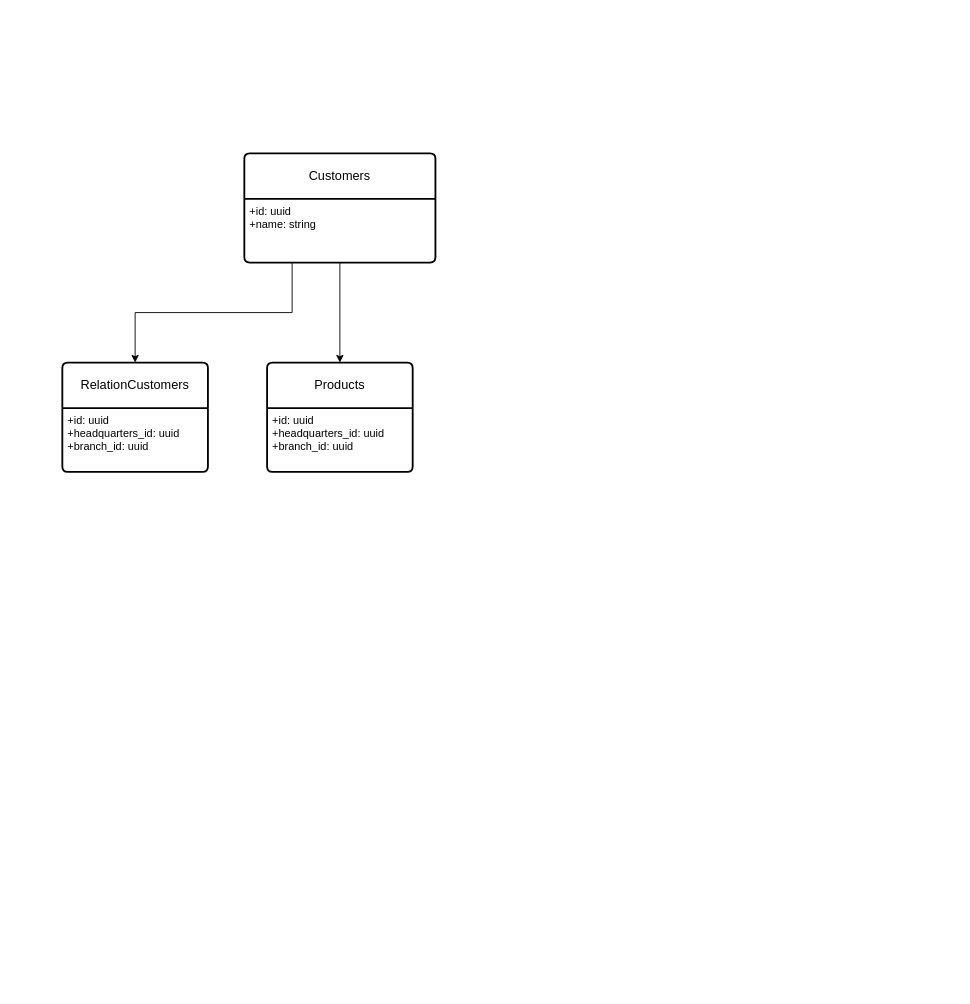
Above: Untitled Diagram.drawio in 64bits-Camargo/logica-da-programacao (draw.io), before the change. Source tidied: cells renumbered, new cells numbered last; positions are measured from the earlier drawing's top-left corner, leaving out a move shared by most shapes. Both pictures are drawn from the tidied source at 91%, with x=0, y=0 at pixel (62, 153).
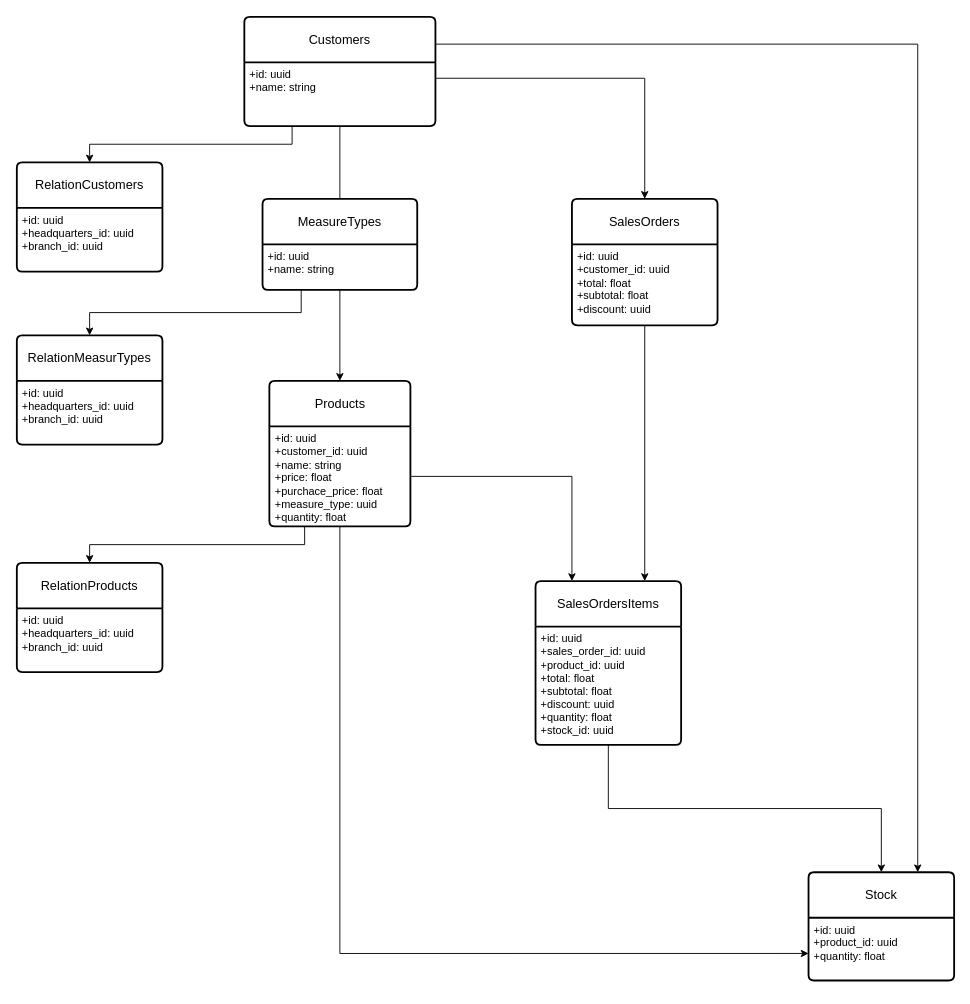
The same diagram, later.

Unchanged cells that the change refers to:
```xml
<mxCell id="3" value="+id: uuid&lt;br&gt;+name: string" style="align=left;strokeColor=none;fillColor=none;spacingLeft=4;fontSize=12;verticalAlign=top;html=1;" parent="2" vertex="1">
  <mxGeometry y="50" width="210" height="70" as="geometry" />
</mxCell>
```

Change to the diagram source:
```diff
@@
+    <mxCell id="10" style="edgeStyle=orthogonalEdgeStyle;rounded=0;jettySize=auto;html=1;exitX=1;exitY=0.25;exitDx=0;exitDy=0;entryX=0.75;entryY=0;entryDx=0;entryDy=0;" parent="1" edge="1" source="2" target="28">
+      <mxGeometry relative="1" as="geometry" />
+    </mxCell>
     <mxCell id="2" value="Customers" style="swimlane;horizontal=1;startSize=50;rounded=1;fontSize=14;fontStyle=0;strokeWidth=2;shadow=0;dashed=0;align=center;arcSize=4;whiteSpace=wrap;html=1;" parent="1" vertex="1">
-      <mxGeometry x="200" width="210" height="120" as="geometry" />
+      <mxGeometry x="200" y="-150" width="210" height="120" as="geometry" />
     </mxCell>
@@
     <mxCell id="4" value="RelationCustomers" style="swimlane;horizontal=1;startSize=50;rounded=1;fontSize=14;fontStyle=0;strokeWidth=2;shadow=0;dashed=0;align=center;arcSize=4;whiteSpace=wrap;html=1;" parent="1" vertex="1">
-      <mxGeometry y="230" width="160" height="120" as="geometry" />
+      <mxGeometry x="-50" y="10" width="160" height="120" as="geometry" />
     </mxCell>
@@
     <mxCell id="6" value="Products" style="swimlane;horizontal=1;startSize=50;rounded=1;fontSize=14;fontStyle=0;strokeWidth=2;shadow=0;dashed=0;align=center;arcSize=4;whiteSpace=wrap;html=1;" parent="1" vertex="1">
-      <mxGeometry x="225" y="230" width="160" height="120" as="geometry" />
+      <mxGeometry x="227.5" y="250" width="155" height="160" as="geometry" />
     </mxCell>
-    <mxCell id="7" value="+id: uuid&lt;br&gt;+headquarters_id: uuid&lt;br&gt;+branch_id: uuid" style="align=left;strokeColor=none;fillColor=none;spacingLeft=4;fontSize=12;verticalAlign=top;html=1;" parent="6" vertex="1">
-      <mxGeometry y="50" width="160" height="70" as="geometry" />
+    <mxCell id="7" value="+id: uuid&lt;br&gt;+customer_id: uuid&lt;br&gt;+name: string&lt;br&gt;+price: float&lt;br&gt;+purchace_price: float&lt;br&gt;+measure_type: uuid&lt;br&gt;+quantity: float" style="align=left;strokeColor=none;fillColor=none;spacingLeft=4;fontSize=12;verticalAlign=top;html=1;" parent="6" vertex="1">
+      <mxGeometry y="50" width="155" height="110" as="geometry" />
     </mxCell>
+    <mxCell id="11" style="edgeStyle=orthogonalEdgeStyle;rounded=0;orthogonalLoop=1;jettySize=auto;html=1;exitX=0.5;exitY=1;exitDx=0;exitDy=0;" parent="6" edge="1" source="7" target="7">
+      <mxGeometry relative="1" as="geometry" />
+    </mxCell>
@@
-    <mxCell id="9" style="edgeStyle=orthogonalEdgeStyle;rounded=0;jettySize=auto;html=1;entryX=0.5;entryY=0;entryDx=0;entryDy=0;" parent="1" edge="1" source="3" target="6">
+    <mxCell id="9" style="edgeStyle=orthogonalEdgeStyle;rounded=0;jettySize=auto;html=1;entryX=0.5;entryY=0;entryDx=0;entryDy=0;startArrow=none;" parent="1" edge="1" source="15" target="6">
       <mxGeometry relative="1" as="geometry" />
     </mxCell>
+    <mxCell id="12" value="RelationProducts" style="swimlane;horizontal=1;startSize=50;rounded=1;fontSize=14;fontStyle=0;strokeWidth=2;shadow=0;dashed=0;align=center;arcSize=4;whiteSpace=wrap;html=1;" parent="1" vertex="1">
+      <mxGeometry x="-50" y="450" width="160" height="120" as="geometry" />
+    </mxCell>
+    <mxCell id="13" value="+id: uuid&lt;br&gt;+headquarters_id: uuid&lt;br&gt;+branch_id: uuid" style="align=left;strokeColor=none;fillColor=none;spacingLeft=4;fontSize=12;verticalAlign=top;html=1;" parent="12" vertex="1">
+      <mxGeometry y="50" width="160" height="70" as="geometry" />
+    </mxCell>
+    <mxCell id="14" style="edgeStyle=orthogonalEdgeStyle;rounded=0;jettySize=auto;html=1;entryX=0.5;entryY=0;entryDx=0;entryDy=0;endArrow=none;" parent="1" edge="1" source="3" target="15">
+      <mxGeometry relative="1" as="geometry" />
+    </mxCell>
+    <mxCell id="15" value="MeasureTypes" style="swimlane;horizontal=1;startSize=50;rounded=1;fontSize=14;fontStyle=0;strokeWidth=2;shadow=0;dashed=0;align=center;arcSize=4;whiteSpace=wrap;html=1;" parent="1" vertex="1">
+      <mxGeometry x="220" y="50" width="170" height="100" as="geometry" />
+    </mxCell>
+    <mxCell id="16" value="+id: uuid&lt;br&gt;+name: string" style="align=left;strokeColor=none;fillColor=none;spacingLeft=4;fontSize=12;verticalAlign=top;html=1;" parent="15" vertex="1">
+      <mxGeometry y="50" width="170" height="50" as="geometry" />
+    </mxCell>
+    <mxCell id="17" value="RelationMeasurTypes" style="swimlane;horizontal=1;startSize=50;rounded=1;fontSize=14;fontStyle=0;strokeWidth=2;shadow=0;dashed=0;align=center;arcSize=4;whiteSpace=wrap;html=1;" parent="1" vertex="1">
+      <mxGeometry x="-50" y="200" width="160" height="120" as="geometry" />
+    </mxCell>
+    <mxCell id="18" value="+id: uuid&lt;br&gt;+headquarters_id: uuid&lt;br&gt;+branch_id: uuid" style="align=left;strokeColor=none;fillColor=none;spacingLeft=4;fontSize=12;verticalAlign=top;html=1;" parent="17" vertex="1">
+      <mxGeometry y="50" width="160" height="70" as="geometry" />
+    </mxCell>
+    <mxCell id="19" style="edgeStyle=orthogonalEdgeStyle;rounded=0;jettySize=auto;html=1;exitX=0.25;exitY=1;exitDx=0;exitDy=0;entryX=0.5;entryY=0;entryDx=0;entryDy=0;" parent="1" edge="1" source="16" target="17">
+      <mxGeometry relative="1" as="geometry" />
+    </mxCell>
+    <mxCell id="20" style="edgeStyle=orthogonalEdgeStyle;rounded=0;jettySize=auto;html=1;exitX=0.25;exitY=1;exitDx=0;exitDy=0;" parent="1" edge="1" source="7" target="12">
+      <mxGeometry relative="1" as="geometry" />
+    </mxCell>
+    <mxCell id="21" value="SalesOrders" style="swimlane;horizontal=1;startSize=50;rounded=1;fontSize=14;fontStyle=0;strokeWidth=2;shadow=0;dashed=0;align=center;arcSize=4;whiteSpace=wrap;html=1;" parent="1" vertex="1">
+      <mxGeometry x="560" y="50" width="160" height="139" as="geometry" />
+    </mxCell>
+    <mxCell id="22" value="+id: uuid&lt;br&gt;+customer_id: uuid&lt;br&gt;+total: float&lt;br&gt;+subtotal: float&lt;br&gt;+discount: uuid&lt;br&gt;" style="align=left;strokeColor=none;fillColor=none;spacingLeft=4;fontSize=12;verticalAlign=top;html=1;" parent="21" vertex="1">
+      <mxGeometry y="50" width="160" height="89" as="geometry" />
+    </mxCell>
+    <mxCell id="23" style="edgeStyle=orthogonalEdgeStyle;rounded=0;orthogonalLoop=1;jettySize=auto;html=1;exitX=0.5;exitY=1;exitDx=0;exitDy=0;" parent="21" edge="1" source="22" target="22">
+      <mxGeometry relative="1" as="geometry" />
+    </mxCell>
+    <mxCell id="24" value="SalesOrdersItems" style="swimlane;horizontal=1;startSize=50;rounded=1;fontSize=14;fontStyle=0;strokeWidth=2;shadow=0;dashed=0;align=center;arcSize=4;whiteSpace=wrap;html=1;" parent="1" vertex="1">
+      <mxGeometry x="520" y="470" width="160" height="180" as="geometry" />
+    </mxCell>
+    <mxCell id="25" value="+id: uuid&lt;br&gt;+sales_order_id: uuid&lt;br&gt;+product_id: uuid&lt;br&gt;+total: float&lt;br&gt;+subtotal: float&lt;br&gt;+discount: uuid&lt;br&gt;+quantity: float&lt;br&gt;+stock_id: uuid" style="align=left;strokeColor=none;fillColor=none;spacingLeft=4;fontSize=12;verticalAlign=top;html=1;" parent="24" vertex="1">
+      <mxGeometry y="50" width="160" height="130" as="geometry" />
+    </mxCell>
+    <mxCell id="26" style="edgeStyle=orthogonalEdgeStyle;rounded=0;orthogonalLoop=1;jettySize=auto;html=1;exitX=0.5;exitY=1;exitDx=0;exitDy=0;" parent="24" edge="1" source="25" target="25">
+      <mxGeometry relative="1" as="geometry" />
+    </mxCell>
+    <mxCell id="27" style="edgeStyle=orthogonalEdgeStyle;rounded=0;jettySize=auto;html=1;exitX=1;exitY=0.25;exitDx=0;exitDy=0;entryX=0.5;entryY=0;entryDx=0;entryDy=0;" parent="1" edge="1" source="3" target="21">
+      <mxGeometry relative="1" as="geometry" />
+    </mxCell>
+    <mxCell id="28" value="Stock" style="swimlane;horizontal=1;startSize=50;rounded=1;fontSize=14;fontStyle=0;strokeWidth=2;shadow=0;dashed=0;align=center;arcSize=4;whiteSpace=wrap;html=1;" parent="1" vertex="1">
+      <mxGeometry x="820" y="790" width="160" height="119" as="geometry" />
+    </mxCell>
+    <mxCell id="29" value="+id: uuid&lt;br&gt;+product_id: uuid&lt;br&gt;+quantity: float&lt;br&gt;" style="align=left;strokeColor=none;fillColor=none;spacingLeft=4;fontSize=12;verticalAlign=top;html=1;" parent="28" vertex="1">
+      <mxGeometry y="50" width="160" height="69" as="geometry" />
+    </mxCell>
+    <mxCell id="30" style="edgeStyle=orthogonalEdgeStyle;rounded=0;orthogonalLoop=1;jettySize=auto;html=1;exitX=0.5;exitY=1;exitDx=0;exitDy=0;" parent="28" edge="1" source="29" target="29">
+      <mxGeometry relative="1" as="geometry" />
+    </mxCell>
+    <mxCell id="31" style="edgeStyle=orthogonalEdgeStyle;rounded=0;jettySize=auto;html=1;exitX=1;exitY=0.5;exitDx=0;exitDy=0;entryX=0.25;entryY=0;entryDx=0;entryDy=0;" parent="1" edge="1" source="7" target="24">
+      <mxGeometry relative="1" as="geometry" />
+    </mxCell>
+    <mxCell id="32" style="edgeStyle=orthogonalEdgeStyle;rounded=0;jettySize=auto;html=1;exitX=0.5;exitY=1;exitDx=0;exitDy=0;entryX=0;entryY=0.75;entryDx=0;entryDy=0;" parent="1" edge="1" source="7" target="28">
+      <mxGeometry relative="1" as="geometry" />
+    </mxCell>
+    <mxCell id="33" style="edgeStyle=orthogonalEdgeStyle;rounded=0;jettySize=auto;html=1;exitX=0.5;exitY=1;exitDx=0;exitDy=0;entryX=0.5;entryY=0;entryDx=0;entryDy=0;" parent="1" edge="1" source="25" target="28">
+      <mxGeometry relative="1" as="geometry" />
+    </mxCell>
+    <mxCell id="34" style="edgeStyle=orthogonalEdgeStyle;rounded=0;jettySize=auto;html=1;exitX=0.5;exitY=1;exitDx=0;exitDy=0;entryX=0.75;entryY=0;entryDx=0;entryDy=0;" parent="1" edge="1" source="22" target="24">
+      <mxGeometry relative="1" as="geometry" />
+    </mxCell>
```
